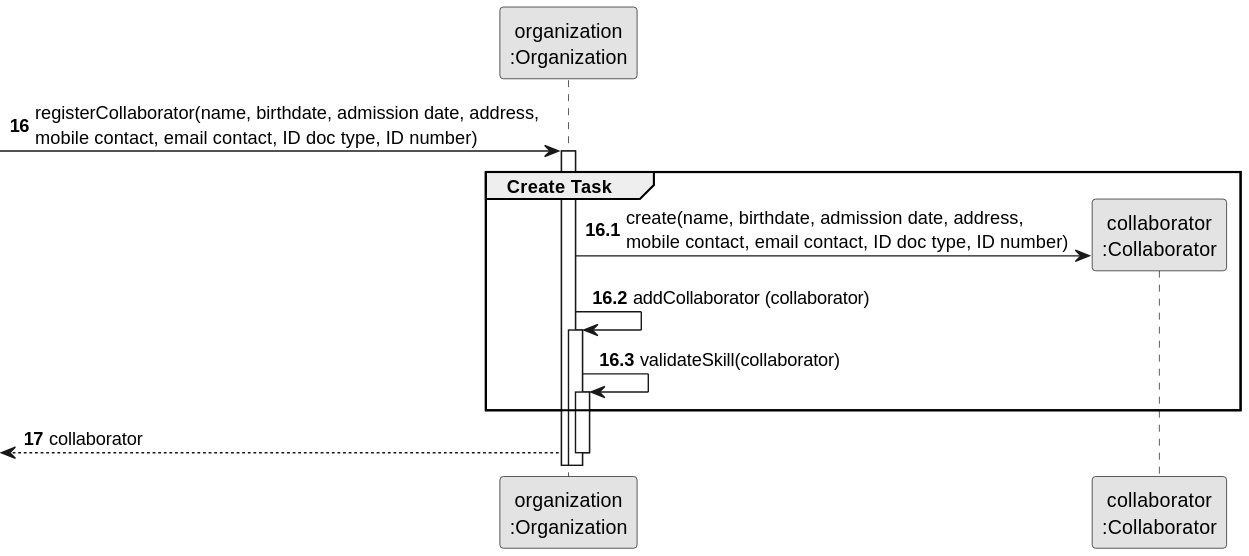
Above: docs/sprint2/us003/03.design/svg/us003-sequence-diagram-partial-register-collaborator.svg in tiagosoa/lei-24-s2-1dgh-g073 (PlantUML), before the change.
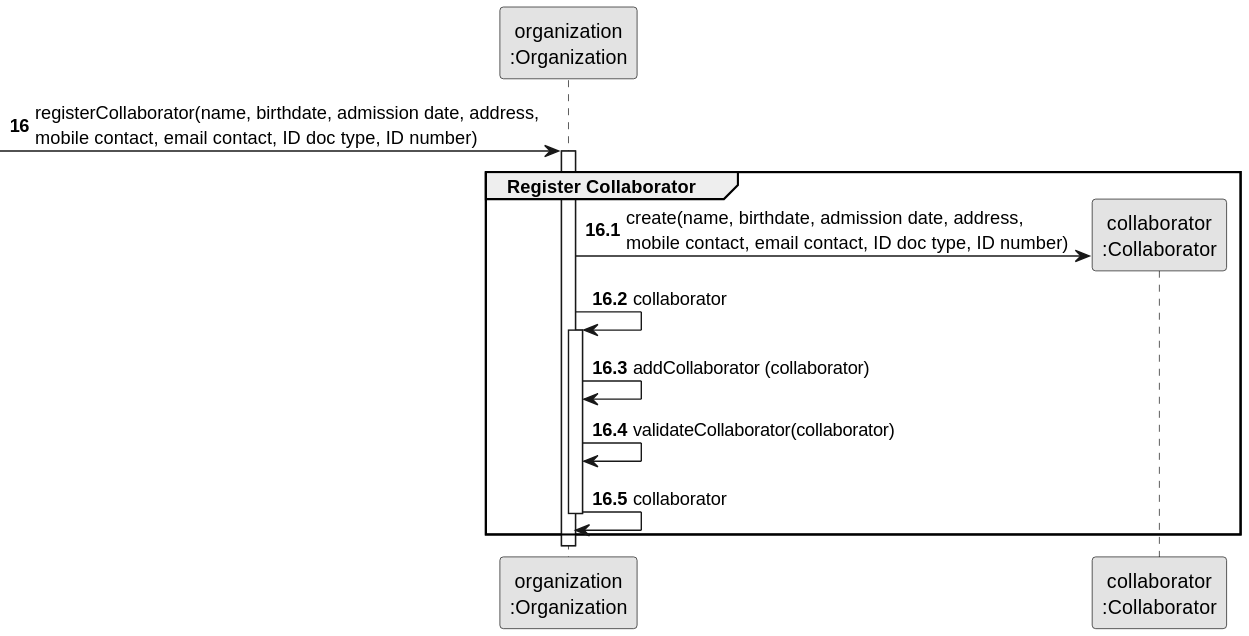
The same diagram one commit later.

The edit, as a diff of the source:
```diff
@@ -11,17 +11,17 @@
 
 autonumber 16.1
 activate ORG
-    group Create Task
+    group Register Collaborator
 
         ORG -> COLABORADOR**: create(name, birthdate, admission date, address, \nmobile contact, email contact, ID doc type, ID number)
+        ORG -> ORG : collaborator
+        activate ORG
         ORG -> ORG: addCollaborator (collaborator)
 
-        activate ORG
-            ORG -> ORG: validateSkill(collaborator)
-            activate ORG
+
+        ORG -> ORG: validateCollaborator(collaborator)
+
+       ORG -> ORG: collaborator
+       deactivate ORG
     end
-
-    autonumber 17
-    <-- ORG : collaborator
-deactivate ORG
 @enduml
```
